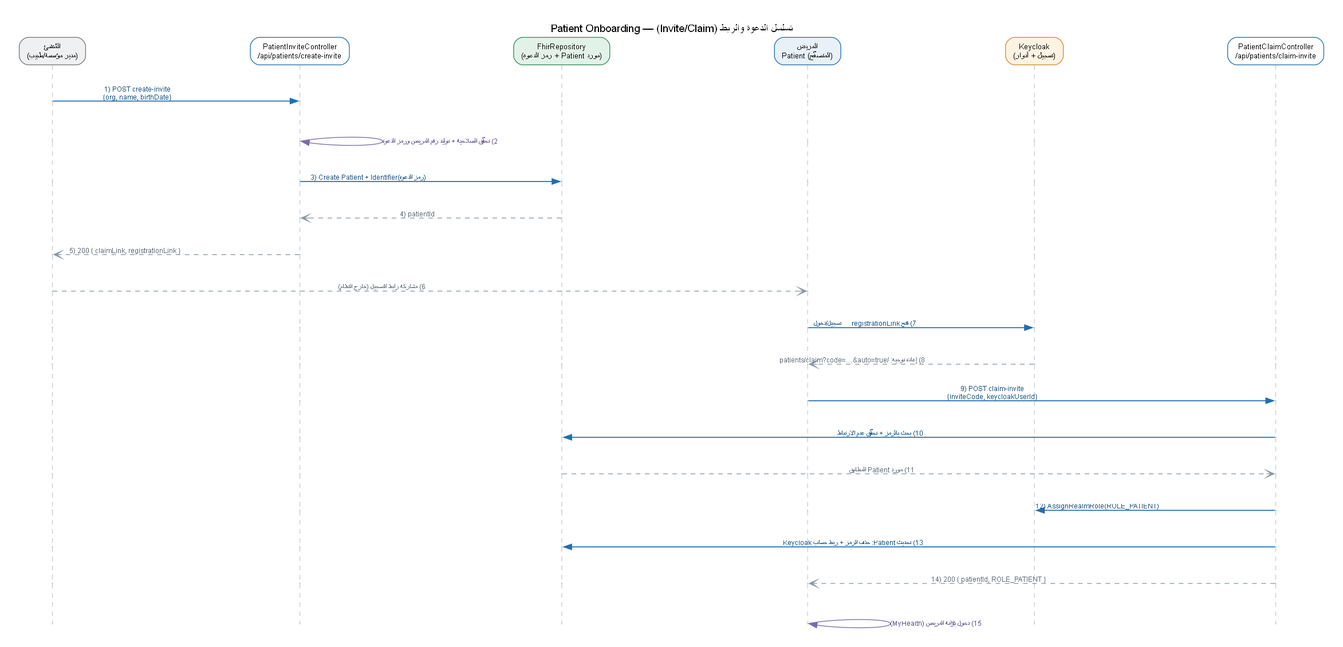
Above: docs/diagrams/seq-invite-claim.png in Khair69/DMRS (Graphviz), before the change. Its source is kept beside it as docs/diagrams/seq-invite-claim.dot.
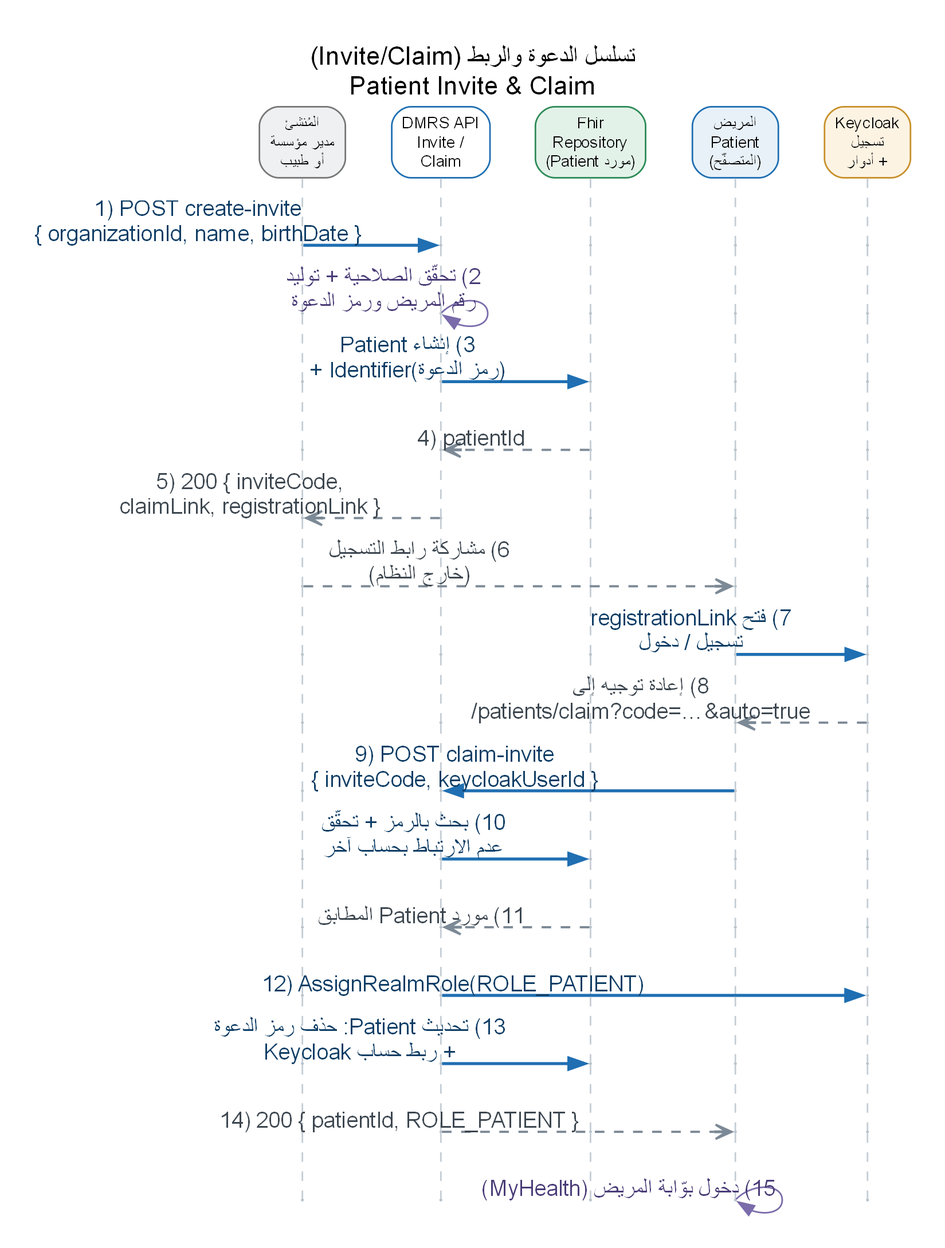
Above is the later version.

Diff of the diagram source:
```diff
@@ -1,63 +1,60 @@
 digraph SEQ {
   rankdir=TB;
-  graph [fontname="Arial", fontsize=14, labelloc="t", label="تسلسل الدعوة والربط (Invite/Claim) — Patient Onboarding",
-         pad=0.35, nodesep=1.5, ranksep=0.62, splines=line, forcelabels=true];
-  edge [fontname="Arial", fontsize=9];
+  graph [fontname="Arial", fontsize=16, labelloc="t", label="تسلسل الدعوة والربط (Invite/Claim)\nPatient Invite & Claim",
+         pad=0.3, nodesep=0.40, ranksep=0.58, splines=line, forcelabels=false];
+  edge [fontname="Arial", fontsize=14];
   node [fontname="Arial", fontsize=10];
 
   { rank=same;
     H_staff [shape=box, style="rounded,filled", fillcolor="#EEF0F2", color="#777777",
-          fontcolor="black", margin="0.14,0.08", label="المُنشئ\n(مدير مؤسسة/طبيب)"];
-    H_inv [shape=box, style="rounded,filled", fillcolor="#FFFFFF", color="#1F6FB2",
-          fontcolor="black", margin="0.14,0.08", label="PatientInviteController\n/api/patients/create-invite"];
+          fontcolor="black", margin="0.09,0.06", label="المُنشئ\nمدير مؤسسة\nأو طبيب"];
+    H_api [shape=box, style="rounded,filled", fillcolor="#FFFFFF", color="#1F6FB2",
+          fontcolor="black", margin="0.09,0.06", label="DMRS API\nInvite /\nClaim"];
     H_repo [shape=box, style="rounded,filled", fillcolor="#E3F2E9", color="#2E8B57",
-          fontcolor="black", margin="0.14,0.08", label="FhirRepository\n(مورد Patient + رمز الدعوة)"];
+          fontcolor="black", margin="0.09,0.06", label="Fhir\nRepository\n(مورد Patient)"];
     H_pat [shape=box, style="rounded,filled", fillcolor="#E8F1F8", color="#1F6FB2",
-          fontcolor="black", margin="0.14,0.08", label="المريض\nPatient (المتصفّح)"];
+          fontcolor="black", margin="0.09,0.06", label="المريض\nPatient\n(المتصفّح)"];
     H_kc [shape=box, style="rounded,filled", fillcolor="#FDF3E3", color="#C8902A",
-          fontcolor="black", margin="0.14,0.08", label="Keycloak\n(تسجيل + أدوار)"];
-    H_clm [shape=box, style="rounded,filled", fillcolor="#FFFFFF", color="#1F6FB2",
-          fontcolor="black", margin="0.14,0.08", label="PatientClaimController\n/api/patients/claim-invite"];
+          fontcolor="black", margin="0.09,0.06", label="Keycloak\nتسجيل\n+ أدوار"];
   }
-  H_staff -> H_inv -> H_repo -> H_pat -> H_kc -> H_clm [style=invis, weight=50];
+  H_staff -> H_api -> H_repo -> H_pat -> H_kc [style=invis, weight=50];
 
   node [shape=point, width=0.012, color="#B9C4CC"];
-  { rank=same; staff_1 inv_1 repo_1 pat_1 kc_1 clm_1 }
-  { rank=same; staff_2 inv_2 repo_2 pat_2 kc_2 clm_2 }
-  { rank=same; staff_3 inv_3 repo_3 pat_3 kc_3 clm_3 }
-  { rank=same; staff_4 inv_4 repo_4 pat_4 kc_4 clm_4 }
-  { rank=same; staff_5 inv_5 repo_5 pat_5 kc_5 clm_5 }
-  { rank=same; staff_6 inv_6 repo_6 pat_6 kc_6 clm_6 }
-  { rank=same; staff_7 inv_7 repo_7 pat_7 kc_7 clm_7 }
-  { rank=same; staff_8 inv_8 repo_8 pat_8 kc_8 clm_8 }
-  { rank=same; staff_9 inv_9 repo_9 pat_9 kc_9 clm_9 }
-  { rank=same; staff_10 inv_10 repo_10 pat_10 kc_10 clm_10 }
-  { rank=same; staff_11 inv_11 repo_11 pat_11 kc_11 clm_11 }
-  { rank=same; staff_12 inv_12 repo_12 pat_12 kc_12 clm_12 }
-  { rank=same; staff_13 inv_13 repo_13 pat_13 kc_13 clm_13 }
-  { rank=same; staff_14 inv_14 repo_14 pat_14 kc_14 clm_14 }
-  { rank=same; staff_15 inv_15 repo_15 pat_15 kc_15 clm_15 }
+  { rank=same; staff_1 api_1 repo_1 pat_1 kc_1 }
+  { rank=same; staff_2 api_2 repo_2 pat_2 kc_2 }
+  { rank=same; staff_3 api_3 repo_3 pat_3 kc_3 }
+  { rank=same; staff_4 api_4 repo_4 pat_4 kc_4 }
+  { rank=same; staff_5 api_5 repo_5 pat_5 kc_5 }
+  { rank=same; staff_6 api_6 repo_6 pat_6 kc_6 }
+  { rank=same; staff_7 api_7 repo_7 pat_7 kc_7 }
+  { rank=same; staff_8 api_8 repo_8 pat_8 kc_8 }
+  { rank=same; staff_9 api_9 repo_9 pat_9 kc_9 }
+  { rank=same; staff_10 api_10 repo_10 pat_10 kc_10 }
+  { rank=same; staff_11 api_11 repo_11 pat_11 kc_11 }
+  { rank=same; staff_12 api_12 repo_12 pat_12 kc_12 }
+  { rank=same; staff_13 api_13 repo_13 pat_13 kc_13 }
+  { rank=same; staff_14 api_14 repo_14 pat_14 kc_14 }
+  { rank=same; staff_15 api_15 repo_15 pat_15 kc_15 }
 
   H_staff -> staff_1 -> staff_2 -> staff_3 -> staff_4 -> staff_5 -> staff_6 -> staff_7 -> staff_8 -> staff_9 -> staff_10 -> staff_11 -> staff_12 -> staff_13 -> staff_14 -> staff_15 [style=dashed, color="#C4CDD5", arrowhead=none, weight=100];
-  H_inv -> inv_1 -> inv_2 -> inv_3 -> inv_4 -> inv_5 -> inv_6 -> inv_7 -> inv_8 -> inv_9 -> inv_10 -> inv_11 -> inv_12 -> inv_13 -> inv_14 -> inv_15 [style=dashed, color="#C4CDD5", arrowhead=none, weight=100];
+  H_api -> api_1 -> api_2 -> api_3 -> api_4 -> api_5 -> api_6 -> api_7 -> api_8 -> api_9 -> api_10 -> api_11 -> api_12 -> api_13 -> api_14 -> api_15 [style=dashed, color="#C4CDD5", arrowhead=none, weight=100];
   H_repo -> repo_1 -> repo_2 -> repo_3 -> repo_4 -> repo_5 -> repo_6 -> repo_7 -> repo_8 -> repo_9 -> repo_10 -> repo_11 -> repo_12 -> repo_13 -> repo_14 -> repo_15 [style=dashed, color="#C4CDD5", arrowhead=none, weight=100];
   H_pat -> pat_1 -> pat_2 -> pat_3 -> pat_4 -> pat_5 -> pat_6 -> pat_7 -> pat_8 -> pat_9 -> pat_10 -> pat_11 -> pat_12 -> pat_13 -> pat_14 -> pat_15 [style=dashed, color="#C4CDD5", arrowhead=none, weight=100];
   H_kc -> kc_1 -> kc_2 -> kc_3 -> kc_4 -> kc_5 -> kc_6 -> kc_7 -> kc_8 -> kc_9 -> kc_10 -> kc_11 -> kc_12 -> kc_13 -> kc_14 -> kc_15 [style=dashed, color="#C4CDD5", arrowhead=none, weight=100];
-  H_clm -> clm_1 -> clm_2 -> clm_3 -> clm_4 -> clm_5 -> clm_6 -> clm_7 -> clm_8 -> clm_9 -> clm_10 -> clm_11 -> clm_12 -> clm_13 -> clm_14 -> clm_15 [style=dashed, color="#C4CDD5", arrowhead=none, weight=100];
 
-  staff_1 -> inv_1 [xlabel="1) POST create-invite\n{org, name, birthDate}", constraint=false, color="#1F6FB2", fontcolor="#154D7C", penwidth=1.3];
-  inv_2 -> inv_2 [label="2) تحقّق الصلاحية + توليد رقم المريض ورمز الدعوة", constraint=false, color="#7A6BAA", fontcolor="#5B4C8A"];
-  inv_3 -> repo_3 [xlabel="3) Create Patient + Identifier(رمز الدعوة)", constraint=false, color="#1F6FB2", fontcolor="#154D7C", penwidth=1.3];
-  repo_4 -> inv_4 [xlabel="4) patientId", constraint=false, style=dashed, color="#8A97A3", fontcolor="#5C6773", arrowhead=vee];
-  inv_5 -> staff_5 [xlabel="5) 200 { claimLink, registrationLink }", constraint=false, style=dashed, color="#8A97A3", fontcolor="#5C6773", arrowhead=vee];
-  staff_6 -> pat_6 [xlabel="6) مشاركة رابط التسجيل (خارج النظام)", constraint=false, style=dashed, color="#8A97A3", fontcolor="#5C6773", arrowhead=vee];
-  pat_7 -> kc_7 [xlabel="7) فتح registrationLink — تسجيل/دخول", constraint=false, color="#1F6FB2", fontcolor="#154D7C", penwidth=1.3];
-  kc_8 -> pat_8 [xlabel="8) إعادة توجيه: /patients/claim?code=…&auto=true", constraint=false, style=dashed, color="#8A97A3", fontcolor="#5C6773", arrowhead=vee];
-  pat_9 -> clm_9 [xlabel="9) POST claim-invite\n{inviteCode, keycloakUserId}", constraint=false, color="#1F6FB2", fontcolor="#154D7C", penwidth=1.3];
-  clm_10 -> repo_10 [xlabel="10) بحث بالرمز + تحقّق عدم الارتباط", constraint=false, color="#1F6FB2", fontcolor="#154D7C", penwidth=1.3];
-  repo_11 -> clm_11 [xlabel="11) مورد Patient المطابق", constraint=false, style=dashed, color="#8A97A3", fontcolor="#5C6773", arrowhead=vee];
-  clm_12 -> kc_12 [xlabel="12) AssignRealmRole(ROLE_PATIENT)", constraint=false, color="#1F6FB2", fontcolor="#154D7C", penwidth=1.3];
-  clm_13 -> repo_13 [xlabel="13) تحديث Patient: حذف الرمز + ربط حساب Keycloak", constraint=false, color="#1F6FB2", fontcolor="#154D7C", penwidth=1.3];
-  clm_14 -> pat_14 [xlabel="14) 200 { patientId, ROLE_PATIENT }", constraint=false, style=dashed, color="#8A97A3", fontcolor="#5C6773", arrowhead=vee];
-  pat_15 -> pat_15 [label="15) دخول بوّابة المريض (MyHealth)", constraint=false, color="#7A6BAA", fontcolor="#5B4C8A"];
+  staff_1 -> api_1 [xlabel="1) POST create-invite\n{ organizationId, name, birthDate }", constraint=false, color="#1F6FB2", fontcolor="#0F3E66", penwidth=1.9];
+  api_2 -> api_2 [xlabel="2) تحقّق الصلاحية + توليد\nرقم المريض ورمز الدعوة", constraint=false, color="#7A6BAA", fontcolor="#4A3C78"];
+  api_3 -> repo_3 [xlabel="3) إنشاء Patient\n+ Identifier(رمز الدعوة)", constraint=false, color="#1F6FB2", fontcolor="#0F3E66", penwidth=1.9];
+  repo_4 -> api_4 [xlabel="4) patientId", constraint=false, style=dashed, color="#7C8996", fontcolor="#3D4750", arrowhead=vee, penwidth=1.4];
+  api_5 -> staff_5 [xlabel="5) 200 { inviteCode,\nclaimLink, registrationLink }", constraint=false, style=dashed, color="#7C8996", fontcolor="#3D4750", arrowhead=vee, penwidth=1.4];
+  staff_6 -> pat_6 [xlabel="6) مشاركة رابط التسجيل\n(خارج النظام)", constraint=false, style=dashed, color="#7C8996", fontcolor="#3D4750", arrowhead=vee, penwidth=1.4];
+  pat_7 -> kc_7 [xlabel="7) فتح registrationLink\nتسجيل / دخول", constraint=false, color="#1F6FB2", fontcolor="#0F3E66", penwidth=1.9];
+  kc_8 -> pat_8 [xlabel="8) إعادة توجيه إلى\n/patients/claim?code=…&auto=true", constraint=false, style=dashed, color="#7C8996", fontcolor="#3D4750", arrowhead=vee, penwidth=1.4];
+  pat_9 -> api_9 [xlabel="9) POST claim-invite\n{ inviteCode, keycloakUserId }", constraint=false, color="#1F6FB2", fontcolor="#0F3E66", penwidth=1.9];
+  api_10 -> repo_10 [xlabel="10) بحث بالرمز + تحقّق\nعدم الارتباط بحساب آخر", constraint=false, color="#1F6FB2", fontcolor="#0F3E66", penwidth=1.9];
+  repo_11 -> api_11 [xlabel="11) مورد Patient المطابق", constraint=false, style=dashed, color="#7C8996", fontcolor="#3D4750", arrowhead=vee, penwidth=1.4];
+  api_12 -> kc_12 [xlabel="12) AssignRealmRole(ROLE_PATIENT)", constraint=false, color="#1F6FB2", fontcolor="#0F3E66", penwidth=1.9];
+  api_13 -> repo_13 [xlabel="13) تحديث Patient: حذف رمز الدعوة\n+ ربط حساب Keycloak", constraint=false, color="#1F6FB2", fontcolor="#0F3E66", penwidth=1.9];
+  api_14 -> pat_14 [xlabel="14) 200 { patientId, ROLE_PATIENT }", constraint=false, style=dashed, color="#7C8996", fontcolor="#3D4750", arrowhead=vee, penwidth=1.4];
+  pat_15 -> pat_15 [xlabel="15) دخول بوّابة المريض (MyHealth)", constraint=false, color="#7A6BAA", fontcolor="#4A3C78"];
 }
```
